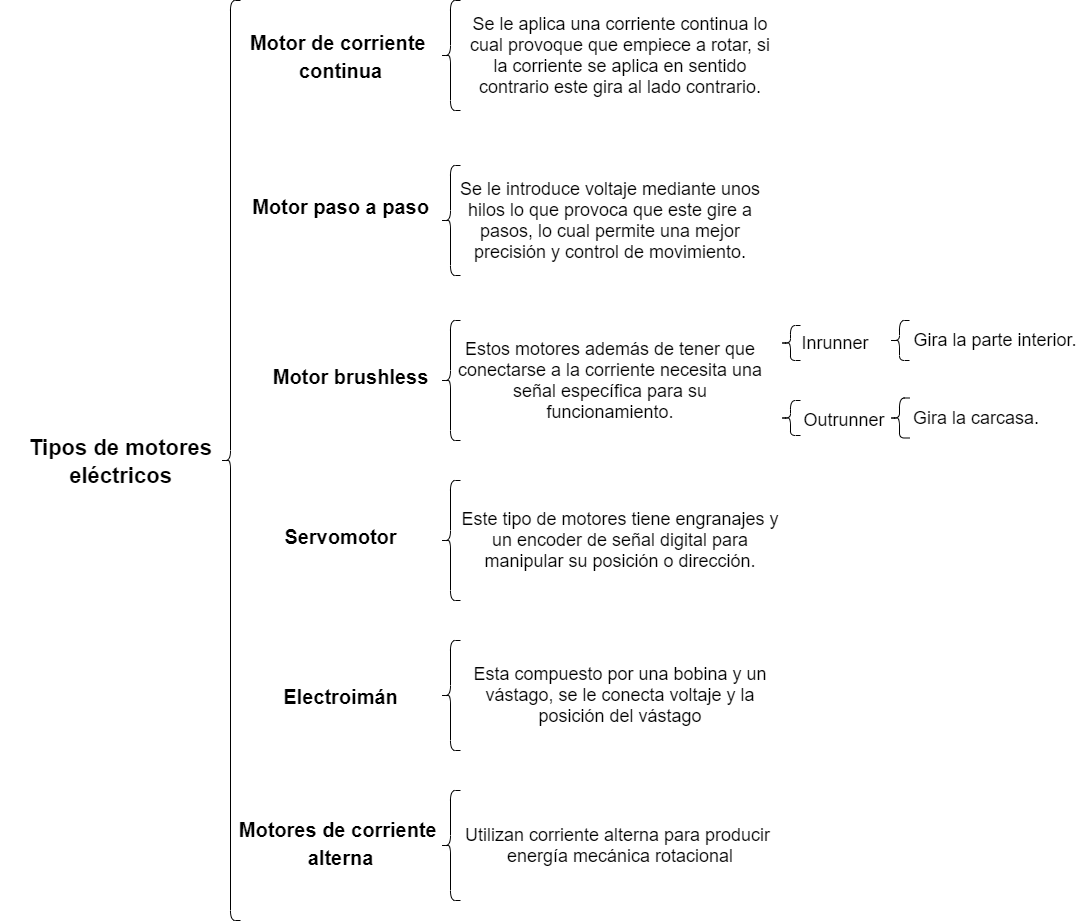
The draw.io diagram img/C2.2_Cuadro.drawio.png in CruzVeraEldenHumberto/Sistemas-Programables, before a commit. Source tidied: cells renumbered, new cells last; positions are measured from the earlier drawing's top-left corner, leaving out a move shared by most shapes.
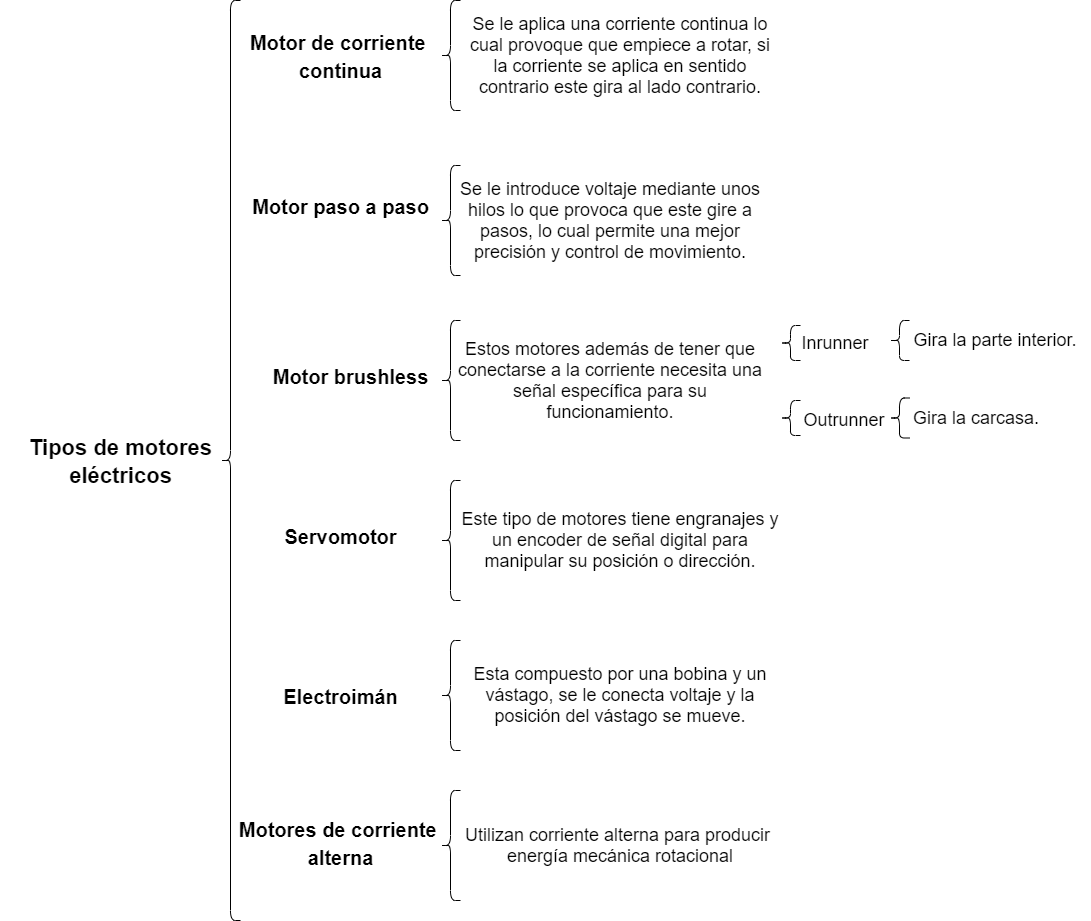
After the commit.

What changed in the source:
```diff
@@ -77,7 +77,7 @@
     <mxCell id="26" style="shape=curlyBracket;whiteSpace=wrap;html=1;rounded=1;" parent="1" vertex="1">
       <mxGeometry x="440" y="790" width="20" height="110" as="geometry" />
     </mxCell>
-    <mxCell id="27" value="&lt;font style=&quot;font-size: 18px&quot;&gt;Esta compuesto por una bobina y un vástago, se le conecta voltaje y la posición del vástago&lt;/font&gt;" style="text;html=1;strokeColor=none;fillColor=none;align=center;verticalAlign=middle;whiteSpace=wrap;rounded=0;" parent="1" vertex="1">
+    <mxCell id="27" value="&lt;font style=&quot;font-size: 18px&quot;&gt;Esta compuesto por una bobina y un vástago, se le conecta voltaje y la posición del vástago se mueve.&lt;/font&gt;" style="text;html=1;strokeColor=none;fillColor=none;align=center;verticalAlign=middle;whiteSpace=wrap;rounded=0;" parent="1" vertex="1">
       <mxGeometry x="460" y="651.2" width="320" height="87.5" as="geometry" />
     </mxCell>
     <mxCell id="28" value="&lt;span style=&quot;font-size: 20px&quot;&gt;Electroimán&lt;/span&gt;" style="text;strokeColor=none;fillColor=none;html=1;fontSize=24;fontStyle=1;verticalAlign=middle;align=center;" parent="1" vertex="1">
```
